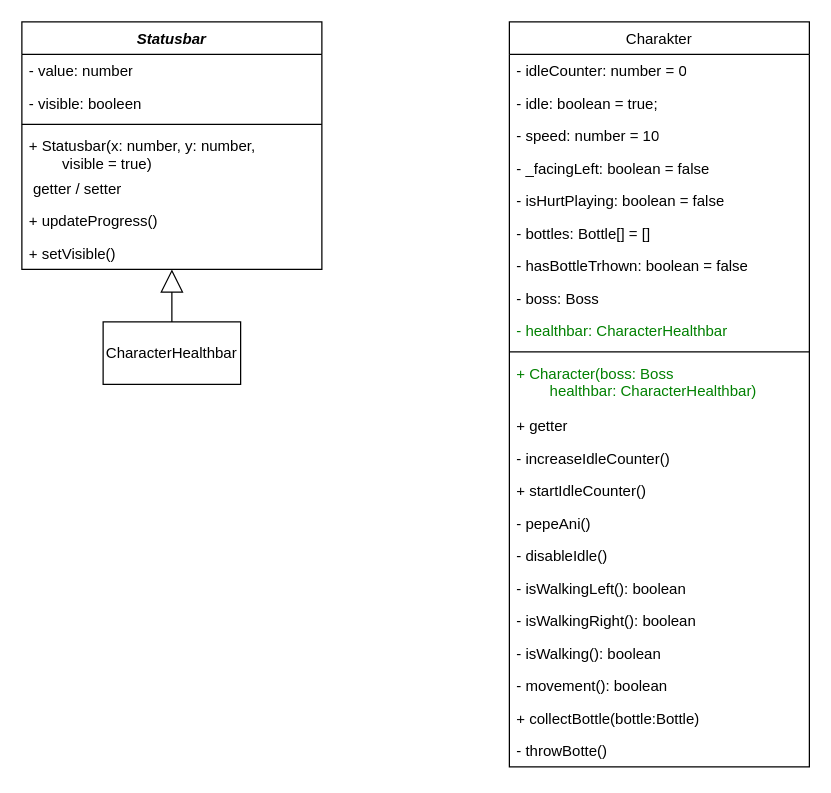
elma1989/el-pollo-loco keeps this draw.io diagram as docs/issue/90-diagram.drawio. Above is the earlier version. Source tidied: cells renumbered, new cells numbered last; positions are measured from the earlier drawing's top-left corner, leaving out a move shared by most shapes. Both pictures are drawn from the tidied source at 125%, with x=0, y=0 at pixel (21, 21).
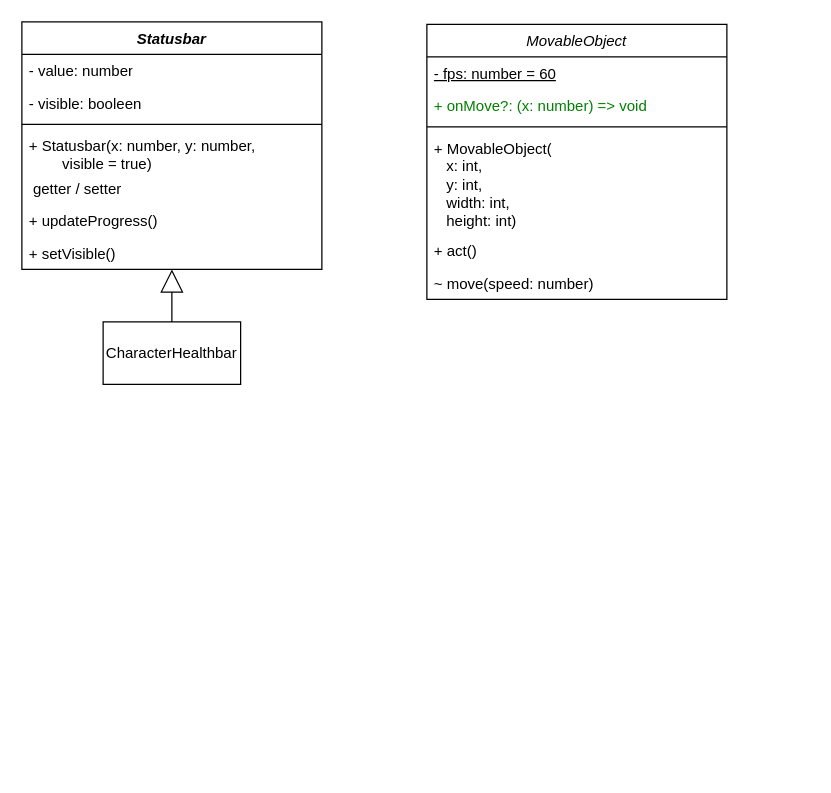
The same page after the edit.

Commit message (it also covers changes not shown here):
doc: Updated issue 90 diagram - Insert MovableObject.onMove()

Diff of the diagram source:
```diff
@@
-    <mxCell id="12" value="Charakter" style="swimlane;align=center;verticalAlign=top;horizontal=1;startSize=26;whiteSpace=wrap;html=1;strokeColor=default;fontStyle=0;" parent="1" vertex="1">
-      <mxGeometry x="390" width="240" height="596" as="geometry" />
-    </mxCell>
-    <mxCell id="13" value="- idleCounter: number = 0" style="text;strokeColor=none;fillColor=none;align=left;verticalAlign=top;spacingLeft=4;spacingRight=4;overflow=hidden;whiteSpace=wrap;html=1;fontStyle=0;" parent="12" vertex="1">
-      <mxGeometry y="26" width="240" height="26" as="geometry" />
-    </mxCell>
-    <mxCell id="14" value="- idle: boolean = true;" style="text;strokeColor=none;fillColor=none;align=left;verticalAlign=top;spacingLeft=4;spacingRight=4;overflow=hidden;whiteSpace=wrap;html=1;fontStyle=0;" parent="12" vertex="1">
-      <mxGeometry y="52" width="240" height="26" as="geometry" />
-    </mxCell>
-    <mxCell id="15" value="- speed: number = 10" style="text;strokeColor=none;fillColor=none;align=left;verticalAlign=top;spacingLeft=4;spacingRight=4;overflow=hidden;whiteSpace=wrap;html=1;fontStyle=0;" parent="12" vertex="1">
-      <mxGeometry y="78" width="240" height="26" as="geometry" />
-    </mxCell>
-    <mxCell id="16" value="- _facingLeft: boolean = false" style="text;strokeColor=none;fillColor=none;align=left;verticalAlign=top;spacingLeft=4;spacingRight=4;overflow=hidden;whiteSpace=wrap;html=1;fontStyle=0;" parent="12" vertex="1">
-      <mxGeometry y="104" width="240" height="26" as="geometry" />
-    </mxCell>
-    <mxCell id="17" value="- isHurtPlaying: boolean = false" style="text;strokeColor=none;fillColor=none;align=left;verticalAlign=top;spacingLeft=4;spacingRight=4;overflow=hidden;whiteSpace=wrap;html=1;fontStyle=0;" parent="12" vertex="1">
-      <mxGeometry y="130" width="240" height="26" as="geometry" />
-    </mxCell>
-    <mxCell id="18" value="- bottles: Bottle[] = []" style="text;strokeColor=none;fillColor=none;align=left;verticalAlign=top;spacingLeft=4;spacingRight=4;overflow=hidden;whiteSpace=wrap;html=1;fontStyle=0;fontColor=default;" parent="12" vertex="1">
-      <mxGeometry y="156" width="240" height="26" as="geometry" />
-    </mxCell>
-    <mxCell id="19" value="- hasBottleTrhown: boolean = false" style="text;strokeColor=none;fillColor=none;align=left;verticalAlign=top;spacingLeft=4;spacingRight=4;overflow=hidden;whiteSpace=wrap;html=1;fontStyle=0;fontColor=default;" parent="12" vertex="1">
-      <mxGeometry y="182" width="240" height="26" as="geometry" />
-    </mxCell>
-    <mxCell id="20" value="- boss: Boss" style="text;strokeColor=none;fillColor=none;align=left;verticalAlign=top;spacingLeft=4;spacingRight=4;overflow=hidden;whiteSpace=wrap;html=1;fontStyle=0;fontColor=default;" parent="12" vertex="1">
-      <mxGeometry y="208" width="240" height="26" as="geometry" />
-    </mxCell>
-    <mxCell id="21" value="- healthbar: CharacterHealthbar" style="text;strokeColor=none;fillColor=none;align=left;verticalAlign=top;spacingLeft=4;spacingRight=4;overflow=hidden;whiteSpace=wrap;html=1;fontStyle=0;fontColor=light-dark(#008000,#80FF80);" parent="12" vertex="1">
-      <mxGeometry y="234" width="240" height="26" as="geometry" />
-    </mxCell>
-    <mxCell id="22" style="line;strokeWidth=1;fillColor=none;align=left;verticalAlign=middle;spacingTop=-1;spacingLeft=3;spacingRight=3;labelPosition=right;strokeColor=inherit;" parent="12" vertex="1">
-      <mxGeometry y="260" width="240" height="8" as="geometry" />
-    </mxCell>
-    <mxCell id="23" value="+ Character(boss: Boss&lt;div&gt;&lt;span style=&quot;white-space: pre;&quot;&gt;&#9;&lt;/span&gt;healthbar: CharacterHealthbar)&lt;/div&gt;" style="text;strokeColor=none;fillColor=none;align=left;verticalAlign=top;spacingLeft=4;spacingRight=4;overflow=hidden;whiteSpace=wrap;html=1;fontStyle=0;fontColor=light-dark(#008000,#80FF80);" parent="12" vertex="1">
-      <mxGeometry y="268" width="240" height="42" as="geometry" />
-    </mxCell>
-    <mxCell id="24" value="+ getter" style="text;strokeColor=none;fillColor=none;align=left;verticalAlign=top;spacingLeft=4;spacingRight=4;overflow=hidden;whiteSpace=wrap;html=1;" parent="12" vertex="1">
-      <mxGeometry y="310" width="240" height="26" as="geometry" />
-    </mxCell>
-    <mxCell id="25" value="- increaseIdleCounter()" style="text;strokeColor=none;fillColor=none;align=left;verticalAlign=top;spacingLeft=4;spacingRight=4;overflow=hidden;whiteSpace=wrap;html=1;fontStyle=0;" parent="12" vertex="1">
-      <mxGeometry y="336" width="240" height="26" as="geometry" />
-    </mxCell>
-    <mxCell id="26" value="+ startIdleCounter()" style="text;strokeColor=none;fillColor=none;align=left;verticalAlign=top;spacingLeft=4;spacingRight=4;overflow=hidden;whiteSpace=wrap;html=1;fontStyle=0;" parent="12" vertex="1">
-      <mxGeometry y="362" width="240" height="26" as="geometry" />
-    </mxCell>
-    <mxCell id="27" value="- pepeAni()" style="text;strokeColor=none;fillColor=none;align=left;verticalAlign=top;spacingLeft=4;spacingRight=4;overflow=hidden;whiteSpace=wrap;html=1;fontStyle=0;" parent="12" vertex="1">
-      <mxGeometry y="388" width="240" height="26" as="geometry" />
-    </mxCell>
-    <mxCell id="28" value="- disableIdle()" style="text;strokeColor=none;fillColor=none;align=left;verticalAlign=top;spacingLeft=4;spacingRight=4;overflow=hidden;whiteSpace=wrap;html=1;fontStyle=0;" parent="12" vertex="1">
-      <mxGeometry y="414" width="240" height="26" as="geometry" />
-    </mxCell>
-    <mxCell id="29" value="- isWalkingLeft(): boolean" style="text;strokeColor=none;fillColor=none;align=left;verticalAlign=top;spacingLeft=4;spacingRight=4;overflow=hidden;whiteSpace=wrap;html=1;fontStyle=0;" parent="12" vertex="1">
-      <mxGeometry y="440" width="240" height="26" as="geometry" />
-    </mxCell>
-    <mxCell id="30" value="- isWalkingRight(): boolean" style="text;strokeColor=none;fillColor=none;align=left;verticalAlign=top;spacingLeft=4;spacingRight=4;overflow=hidden;whiteSpace=wrap;html=1;fontStyle=0;" parent="12" vertex="1">
-      <mxGeometry y="466" width="240" height="26" as="geometry" />
-    </mxCell>
-    <mxCell id="31" value="- isWalking(): boolean" style="text;strokeColor=none;fillColor=none;align=left;verticalAlign=top;spacingLeft=4;spacingRight=4;overflow=hidden;whiteSpace=wrap;html=1;fontStyle=0;" parent="12" vertex="1">
-      <mxGeometry y="492" width="240" height="26" as="geometry" />
-    </mxCell>
-    <mxCell id="32" value="- movement(): boolean" style="text;strokeColor=none;fillColor=none;align=left;verticalAlign=top;spacingLeft=4;spacingRight=4;overflow=hidden;whiteSpace=wrap;html=1;fontStyle=0;" parent="12" vertex="1">
-      <mxGeometry y="518" width="240" height="26" as="geometry" />
-    </mxCell>
-    <mxCell id="33" value="+ collectBottle(bottle:Bottle)" style="text;strokeColor=none;fillColor=none;align=left;verticalAlign=top;spacingLeft=4;spacingRight=4;overflow=hidden;whiteSpace=wrap;html=1;fontStyle=0;fontColor=default;" parent="12" vertex="1">
-      <mxGeometry y="544" width="240" height="26" as="geometry" />
-    </mxCell>
-    <mxCell id="34" value="- throwBotte()" style="text;strokeColor=none;fillColor=none;align=left;verticalAlign=top;spacingLeft=4;spacingRight=4;overflow=hidden;whiteSpace=wrap;html=1;fontStyle=0;fontColor=default;" parent="12" vertex="1">
-      <mxGeometry y="570" width="240" height="26" as="geometry" />
-    </mxCell>
+    <mxCell id="35" value="MovableObject" style="swimlane;align=center;verticalAlign=top;horizontal=1;startSize=26;whiteSpace=wrap;html=1;strokeColor=default;fontStyle=2;" parent="1" vertex="1">
+      <mxGeometry x="324" y="2" width="240" height="220" as="geometry" />
+    </mxCell>
+    <mxCell id="36" value="- fps: number = 60" style="text;strokeColor=none;fillColor=none;align=left;verticalAlign=top;spacingLeft=4;spacingRight=4;overflow=hidden;whiteSpace=wrap;html=1;fontStyle=4;" parent="35" vertex="1">
+      <mxGeometry y="26" width="240" height="26" as="geometry" />
+    </mxCell>
+    <mxCell id="37" value="+ onMove?: (x: number) =&amp;gt; void" style="text;strokeColor=none;fillColor=none;align=left;verticalAlign=top;spacingLeft=4;spacingRight=4;overflow=hidden;whiteSpace=wrap;html=1;fontStyle=0;fontColor=light-dark(#008000,#80FF80);" parent="35" vertex="1">
+      <mxGeometry y="52" width="240" height="26" as="geometry" />
+    </mxCell>
+    <mxCell id="38" style="line;strokeWidth=1;fillColor=none;align=left;verticalAlign=middle;spacingTop=-1;spacingLeft=3;spacingRight=3;labelPosition=right;strokeColor=inherit;" parent="35" vertex="1">
+      <mxGeometry y="78" width="240" height="8" as="geometry" />
+    </mxCell>
+    <mxCell id="39" value="+ MovableObject(&lt;div&gt;&amp;nbsp; &amp;nbsp;x: int,&lt;/div&gt;&lt;div&gt;&amp;nbsp; &amp;nbsp;y: int,&lt;/div&gt;&lt;div&gt;&amp;nbsp; &amp;nbsp;width: int,&lt;/div&gt;&lt;div&gt;&amp;nbsp; &amp;nbsp;height: int)&lt;/div&gt;" style="text;strokeColor=none;fillColor=none;align=left;verticalAlign=top;spacingLeft=4;spacingRight=4;overflow=hidden;whiteSpace=wrap;html=1;" parent="35" vertex="1">
+      <mxGeometry y="86" width="240" height="82" as="geometry" />
+    </mxCell>
+    <mxCell id="40" value="+ act()" style="text;strokeColor=none;fillColor=none;align=left;verticalAlign=top;spacingLeft=4;spacingRight=4;overflow=hidden;whiteSpace=wrap;html=1;fontStyle=0;" parent="35" vertex="1">
+      <mxGeometry y="168" width="240" height="26" as="geometry" />
+    </mxCell>
+    <mxCell id="41" value="~ move(speed: number)" style="text;strokeColor=none;fillColor=none;align=left;verticalAlign=top;spacingLeft=4;spacingRight=4;overflow=hidden;whiteSpace=wrap;html=1;fontStyle=0;" parent="35" vertex="1">
+      <mxGeometry y="194" width="240" height="26" as="geometry" />
+    </mxCell>
```
